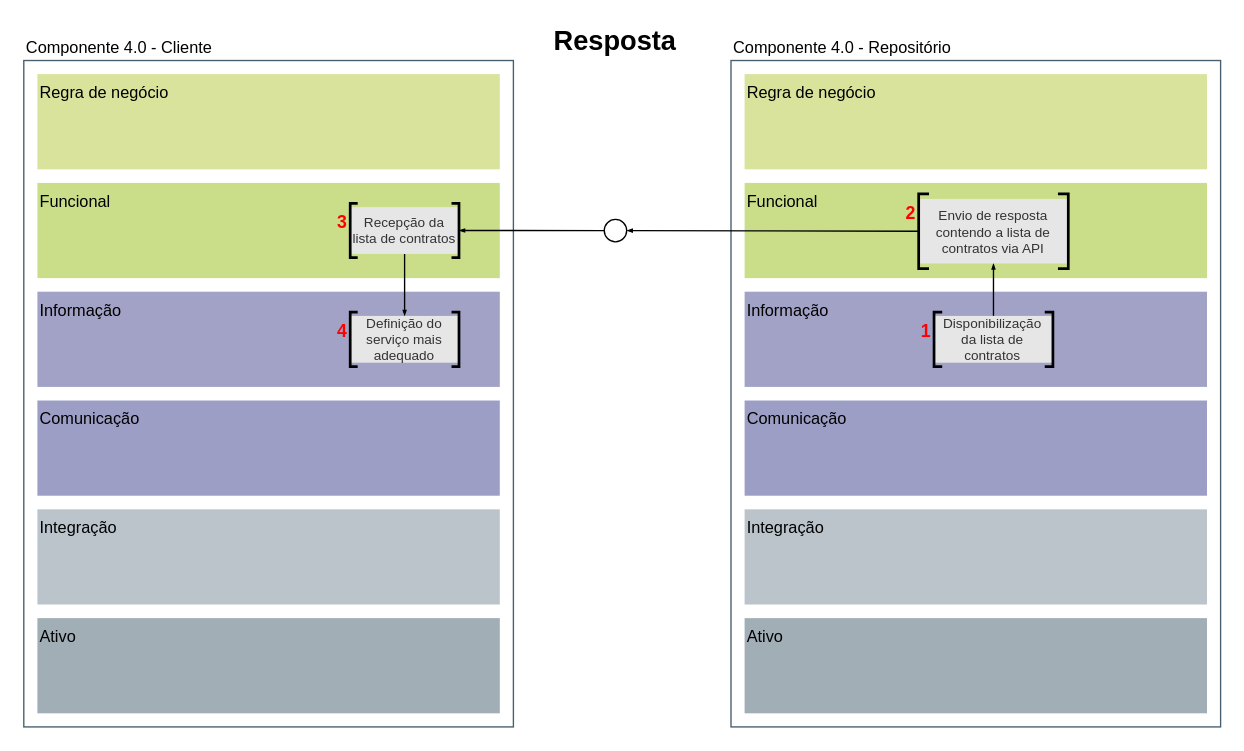
The draw.io diagram page "rami-busca-resposta" (13 of 17) of images/diagramas/diagramas.drawio in hvitoi/i4.0-PLM, before the edit. Source tidied: cells renumbered, new cells numbered last; positions are measured from the earlier drawing's top-left corner, leaving out a move shared by most shapes. Both pictures are drawn from the tidied source at 136%, with x=0, y=0 at pixel (23, 26).
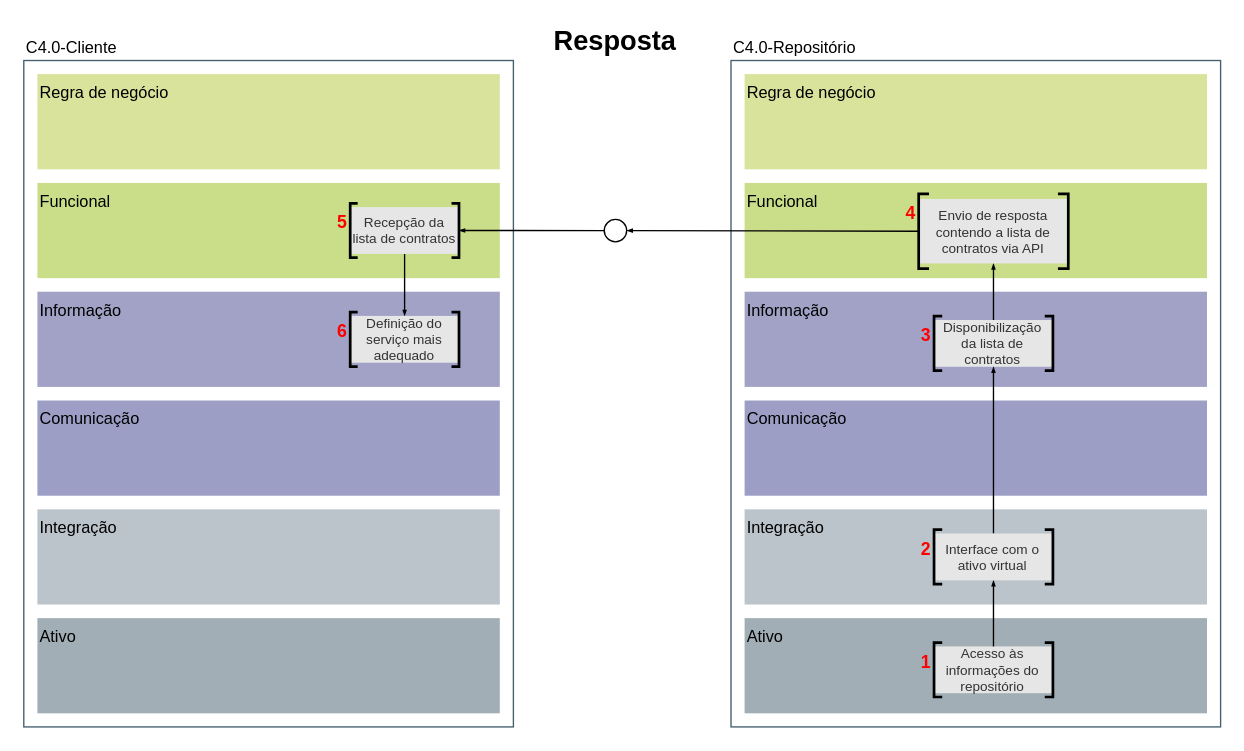
Above is the later version.

Unchanged cells that the change refers to:
```xml
<mxCell id="4" style="group;" parent="3" vertex="1">
  <mxGeometry width="350" height="480" as="geometry" />
</mxCell>
<mxCell id="18" value="Disponibilização da lista de contratos" style="rounded=0;whiteSpace=wrap;labelBackgroundColor=none;fontSize=10;fontColor=#333333;strokeColor=none;fontStyle=0;fillColor=#E6E6E6;" parent="17" vertex="1">
  <mxGeometry y="2.8" width="87.4" height="34.4" as="geometry" />
</mxCell>
<mxCell id="22" style="group;" parent="21" vertex="1">
  <mxGeometry width="350" height="480" as="geometry" />
</mxCell>
```

What changed in the source:
```diff
@@
-    <mxCell id="11" value="Componente 4.0 - Repositório" style="rounded=0;whiteSpace=wrap;html=1;shadow=0;comic=0;labelBackgroundColor=none;strokeColor=#465E6E;fillColor=none;gradientColor=none;align=left;labelPosition=center;verticalLabelPosition=top;verticalAlign=bottom;" parent="4" vertex="1">
+    <mxCell id="11" value="C4.0-Repositório" style="rounded=0;whiteSpace=wrap;html=1;shadow=0;comic=0;labelBackgroundColor=none;strokeColor=#465E6E;fillColor=none;gradientColor=none;align=left;labelPosition=center;verticalLabelPosition=top;verticalAlign=bottom;" parent="4" vertex="1">
       <mxGeometry x="-10" y="-10" width="360" height="490" as="geometry" />
     </mxCell>
@@
-    <mxCell id="13" value="2" style="group;fontStyle=1;labelPosition=left;verticalLabelPosition=middle;align=right;verticalAlign=top;fontSize=13;fontColor=#FF0000;" parent="4" vertex="1">
+    <mxCell id="13" value="4" style="group;fontStyle=1;labelPosition=left;verticalLabelPosition=middle;align=right;verticalAlign=top;fontSize=13;fontColor=#FF0000;" parent="4" vertex="1">
       <mxGeometry x="128" y="88" width="110" height="55" as="geometry" />
     </mxCell>
@@
-    <mxCell id="17" value="1" style="group;fontStyle=1;labelPosition=left;verticalLabelPosition=middle;align=right;verticalAlign=top;fontSize=13;fontColor=#FF0000;" parent="4" vertex="1">
-      <mxGeometry x="139.3" y="175" width="87.4" height="40" as="geometry" />
+    <mxCell id="17" value="3" style="group;fontStyle=1;labelPosition=left;verticalLabelPosition=middle;align=right;verticalAlign=top;fontSize=13;fontColor=#FF0000;" parent="4" vertex="1">
+      <mxGeometry x="139.3" y="178" width="87.4" height="40" as="geometry" />
     </mxCell>
@@
+    <mxCell id="43" value="1" style="group;fontStyle=1;labelPosition=left;verticalLabelPosition=middle;align=right;verticalAlign=top;fontSize=13;fontColor=#FF0000;" parent="4" vertex="1">
+      <mxGeometry x="139.3" y="418" width="87.4" height="40" as="geometry" />
+    </mxCell>
+    <mxCell id="44" value="Acesso às informações do repositório" style="rounded=0;whiteSpace=wrap;labelBackgroundColor=none;fontSize=10;fontColor=#333333;strokeColor=none;fontStyle=0;fillColor=#E6E6E6;" parent="43" vertex="1">
+      <mxGeometry y="2.8" width="87.4" height="34.4" as="geometry" />
+    </mxCell>
+    <mxCell id="45" style="strokeWidth=2;html=1;shape=mxgraph.flowchart.annotation_1;align=left;" parent="43" vertex="1">
+      <mxGeometry width="6" height="40" as="geometry" />
+    </mxCell>
+    <mxCell id="46" style="strokeWidth=2;html=1;shape=mxgraph.flowchart.annotation_1;align=left;rotation=-180;" parent="43" vertex="1">
+      <mxGeometry x="81.4" width="6" height="40" as="geometry" />
+    </mxCell>
+    <mxCell id="47" style="endArrow=blockThin;html=1;fontSize=10;fontColor=#000000;strokeWidth=1;endFill=1;endSize=2;startSize=5;jumpSize=6;exitX=0.5;exitY=0;exitDx=0;exitDy=0;entryX=0.5;entryY=1;entryDx=0;entryDy=0;rounded=0;" parent="4" edge="1" source="50" target="18">
+      <mxGeometry relative="1" as="geometry" />
+    </mxCell>
+    <mxCell id="48" style="endArrow=blockThin;html=1;fontSize=10;fontColor=#000000;strokeWidth=1;endFill=1;endSize=2;startSize=5;jumpSize=6;exitX=0.5;exitY=0;exitDx=0;exitDy=0;entryX=0.5;entryY=1;entryDx=0;entryDy=0;rounded=0;" parent="4" edge="1" source="44" target="50">
+      <mxGeometry relative="1" as="geometry" />
+    </mxCell>
+    <mxCell id="49" value="2" style="group;fontStyle=1;labelPosition=left;verticalLabelPosition=middle;align=right;verticalAlign=top;fontSize=13;fontColor=#FF0000;" parent="4" vertex="1">
+      <mxGeometry x="139.3" y="335" width="87.4" height="40" as="geometry" />
+    </mxCell>
+    <mxCell id="50" value="Interface com o ativo virtual" style="rounded=0;whiteSpace=wrap;labelBackgroundColor=none;fontSize=10;fontColor=#333333;strokeColor=none;fontStyle=0;fillColor=#E6E6E6;" parent="49" vertex="1">
+      <mxGeometry y="2.8" width="87.4" height="34.4" as="geometry" />
+    </mxCell>
+    <mxCell id="51" style="strokeWidth=2;html=1;shape=mxgraph.flowchart.annotation_1;align=left;" parent="49" vertex="1">
+      <mxGeometry width="6" height="40" as="geometry" />
+    </mxCell>
+    <mxCell id="52" style="strokeWidth=2;html=1;shape=mxgraph.flowchart.annotation_1;align=left;rotation=-180;" parent="49" vertex="1">
+      <mxGeometry x="81.4" width="6" height="40" as="geometry" />
+    </mxCell>
@@
-    <mxCell id="23" value="Componente 4.0 - Cliente" style="rounded=0;whiteSpace=wrap;html=1;shadow=0;comic=0;labelBackgroundColor=none;strokeColor=#465E6E;fillColor=none;gradientColor=none;align=left;labelPosition=center;verticalLabelPosition=top;verticalAlign=bottom;" parent="22" vertex="1">
+    <mxCell id="23" value="C4.0-Cliente" style="rounded=0;whiteSpace=wrap;html=1;shadow=0;comic=0;labelBackgroundColor=none;strokeColor=#465E6E;fillColor=none;gradientColor=none;align=left;labelPosition=center;verticalLabelPosition=top;verticalAlign=bottom;" parent="22" vertex="1">
       <mxGeometry x="-10" y="-10" width="360" height="490" as="geometry" />
     </mxCell>
@@
-    <mxCell id="31" value="4" style="group;fontStyle=1;labelPosition=left;verticalLabelPosition=middle;align=right;verticalAlign=top;fontSize=13;fontColor=#FF0000;" parent="22" vertex="1">
+    <mxCell id="31" value="6" style="group;fontStyle=1;labelPosition=left;verticalLabelPosition=middle;align=right;verticalAlign=top;fontSize=13;fontColor=#FF0000;" parent="22" vertex="1">
       <mxGeometry x="230" y="175" width="80" height="40" as="geometry" />
     </mxCell>
@@
-    <mxCell id="35" value="3" style="group;fontStyle=1;labelPosition=left;verticalLabelPosition=middle;align=right;verticalAlign=top;fontSize=13;fontColor=#FF0000;" parent="22" vertex="1">
+    <mxCell id="35" value="5" style="group;fontStyle=1;labelPosition=left;verticalLabelPosition=middle;align=right;verticalAlign=top;fontSize=13;fontColor=#FF0000;" parent="22" vertex="1">
       <mxGeometry x="230" y="95" width="80" height="40" as="geometry" />
     </mxCell>
```
